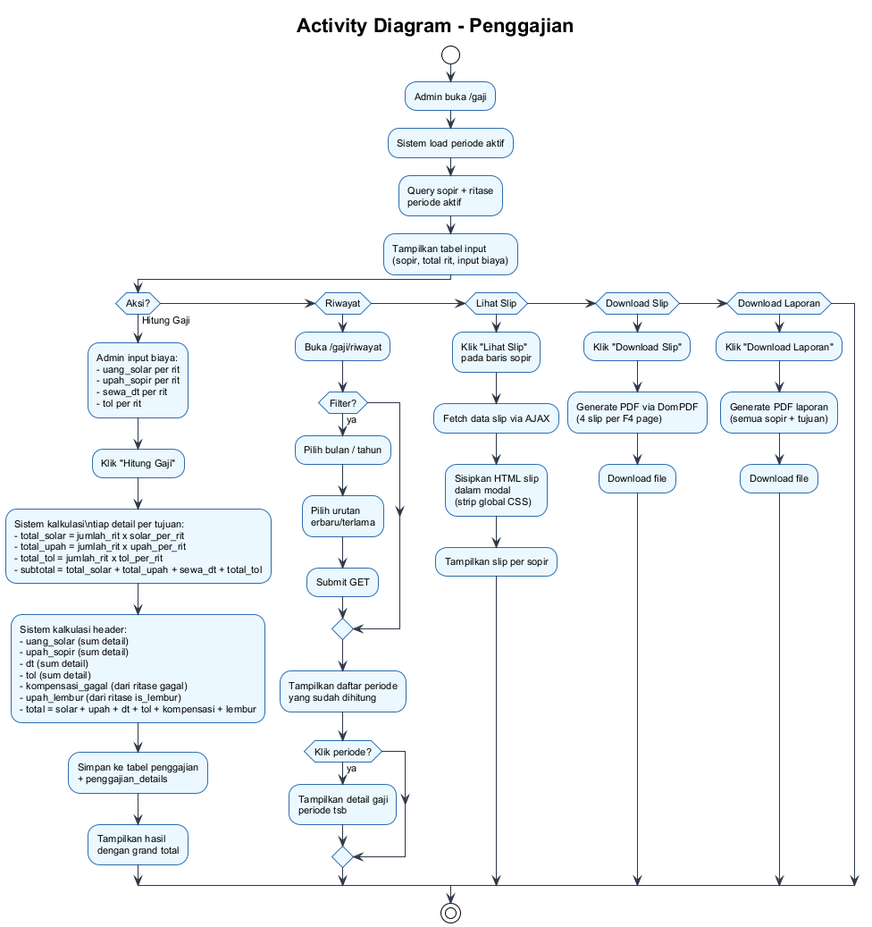
riandafatur28/sidigas-gaji-sopir-truck keeps this PlantUML diagram as docs/activity-diagram-penggajian.png. Above is the earlier version. The source it was exported from:
```plantuml
@startuml
!theme plain
skinparam backgroundColor #ffffff
skinparam defaultFontSize 11
skinparam defaultFontName Arial
skinparam activityBorderColor #2b6cb0
skinparam activityBackgroundColor #ebf8ff
skinparam arrowColor #2d3748

title **Activity Diagram - Penggajian**

start
:Admin buka /gaji;
:Sistem load periode aktif;
:Query sopir + ritase\nperiode aktif;
:Tampilkan tabel input\n(sopir, total rit, input biaya);

if (Aksi?) then (Hitung Gaji)
  :Admin input biaya:\n- uang_solar per rit\n- upah_sopir per rit\n- sewa_dt per rit\n- tol per rit;
  :Klik "Hitung Gaji";

  :Sistem kalkulasi\ntiap detail per tujuan:
  - total_solar = jumlah_rit x solar_per_rit
  - total_upah = jumlah_rit x upah_per_rit
  - total_tol = jumlah_rit x tol_per_rit
  - subtotal = total_solar + total_upah + sewa_dt + total_tol;

  :Sistem kalkulasi header:
  - uang_solar (sum detail)
  - upah_sopir (sum detail)
  - dt (sum detail)
  - tol (sum detail)
  - kompensasi_gagal (dari ritase gagal)
  - upah_lembur (dari ritase is_lembur)
  - total = solar + upah + dt + tol + kompensasi + lembur;

  :Simpan ke tabel penggajian\n+ penggajian_details;
  :Tampilkan hasil\ndengan grand total;

elseif (Riwayat) then
  :Buka /gaji/riwayat;
  if (Filter?) then (ya)
    :Pilih bulan / tahun;
    :Pilih urutan\nerbaru/terlama;
    :Submit GET;
  endif
  :Tampilkan daftar periode\nyang sudah dihitung;
  if (Klik periode?) then (ya)
    :Tampilkan detail gaji\nperiode tsb;
  endif

elseif (Lihat Slip) then
  :Klik "Lihat Slip"\npada baris sopir;
  :Fetch data slip via AJAX;
  :Sisipkan HTML slip\ndalam modal\n(strip global CSS);
  :Tampilkan slip per sopir;

elseif (Download Slip) then
  :Klik "Download Slip";
  :Generate PDF via DomPDF\n(4 slip per F4 page);
  :Download file;

elseif (Download Laporan) then
  :Klik "Download Laporan";
  :Generate PDF laporan\n(semua sopir + tujuan);
  :Download file;

endif
stop

@enduml
```
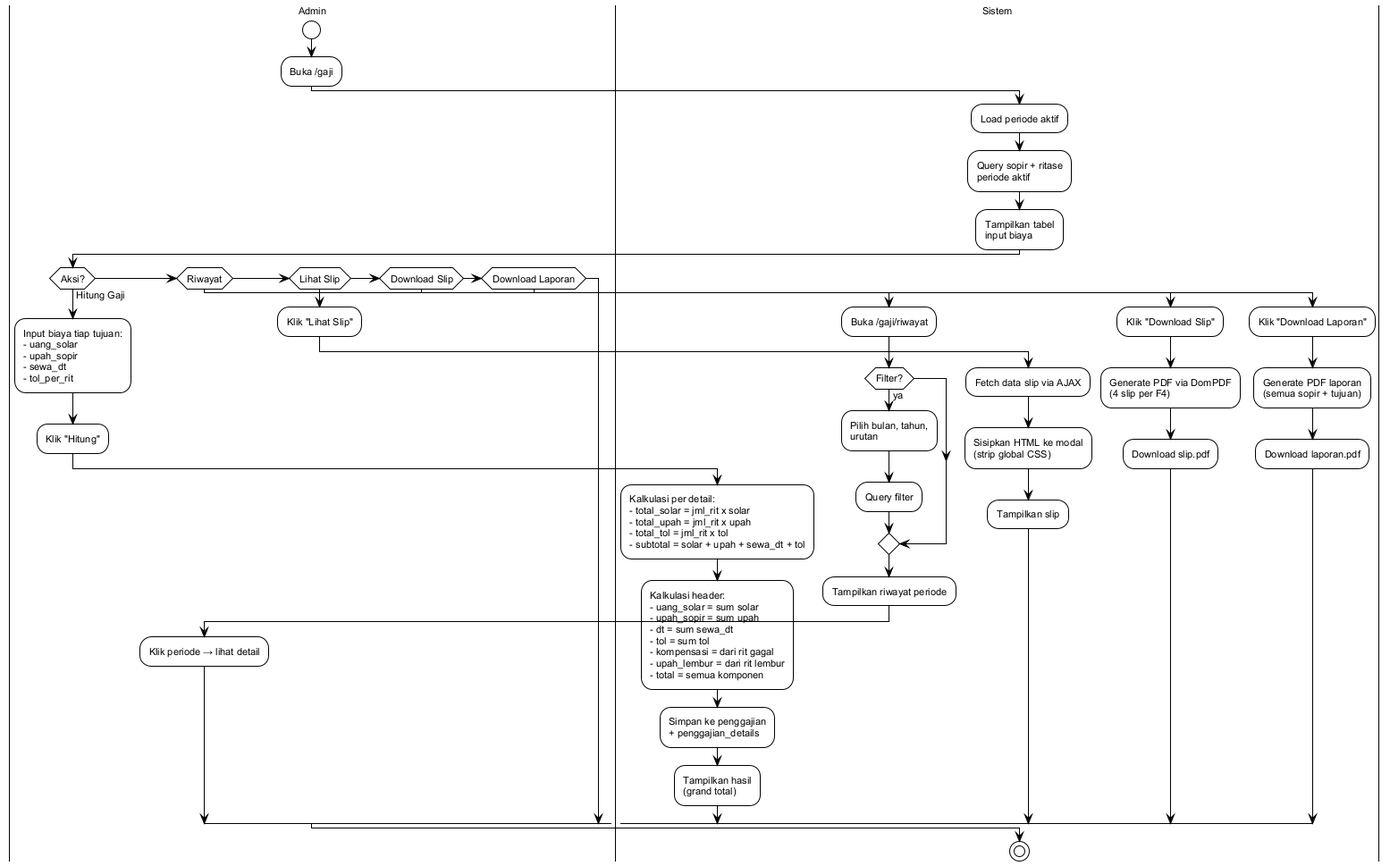
The same file after the commit.

The edit, as a diff of the source:
```diff
@@ -3,68 +3,71 @@
 skinparam backgroundColor #ffffff
 skinparam defaultFontSize 11
 skinparam defaultFontName Arial
-skinparam activityBorderColor #2b6cb0
-skinparam activityBackgroundColor #ebf8ff
-skinparam arrowColor #2d3748
 
-title **Activity Diagram - Penggajian**
+|Admin|
+start
+:Buka /gaji;
 
-start
-:Admin buka /gaji;
-:Sistem load periode aktif;
+|Sistem|
+:Load periode aktif;
 :Query sopir + ritase\nperiode aktif;
-:Tampilkan tabel input\n(sopir, total rit, input biaya);
+:Tampilkan tabel\ninput biaya;
 
+|Admin|
 if (Aksi?) then (Hitung Gaji)
-  :Admin input biaya:\n- uang_solar per rit\n- upah_sopir per rit\n- sewa_dt per rit\n- tol per rit;
-  :Klik "Hitung Gaji";
-
-  :Sistem kalkulasi\ntiap detail per tujuan:
-  - total_solar = jumlah_rit x solar_per_rit
-  - total_upah = jumlah_rit x upah_per_rit
-  - total_tol = jumlah_rit x tol_per_rit
-  - subtotal = total_solar + total_upah + sewa_dt + total_tol;
-
-  :Sistem kalkulasi header:
-  - uang_solar (sum detail)
-  - upah_sopir (sum detail)
-  - dt (sum detail)
-  - tol (sum detail)
-  - kompensasi_gagal (dari ritase gagal)
-  - upah_lembur (dari ritase is_lembur)
-  - total = solar + upah + dt + tol + kompensasi + lembur;
-
-  :Simpan ke tabel penggajian\n+ penggajian_details;
-  :Tampilkan hasil\ndengan grand total;
+  :Input biaya tiap tujuan:
+  - uang_solar
+  - upah_sopir
+  - sewa_dt
+  - tol_per_rit;
+  :Klik "Hitung";
+  |Sistem|
+  :Kalkulasi per detail:
+  - total_solar = jml_rit x solar
+  - total_upah = jml_rit x upah
+  - total_tol = jml_rit x tol
+  - subtotal = solar + upah + sewa_dt + tol;
+  :Kalkulasi header:
+  - uang_solar = sum solar
+  - upah_sopir = sum upah
+  - dt = sum sewa_dt
+  - tol = sum tol
+  - kompensasi = dari rit gagal
+  - upah_lembur = dari rit lembur
+  - total = semua komponen;
+  :Simpan ke penggajian\n+ penggajian_details;
+  :Tampilkan hasil\n(grand total);
 
 elseif (Riwayat) then
   :Buka /gaji/riwayat;
   if (Filter?) then (ya)
-    :Pilih bulan / tahun;
-    :Pilih urutan\nerbaru/terlama;
-    :Submit GET;
+    :Pilih bulan, tahun,\nurutan;
+    |Sistem|
+    :Query filter;
   endif
-  :Tampilkan daftar periode\nyang sudah dihitung;
-  if (Klik periode?) then (ya)
-    :Tampilkan detail gaji\nperiode tsb;
-  endif
+  |Sistem|
+  :Tampilkan riwayat periode;
+  |Admin|
+  :Klik periode → lihat detail;
 
 elseif (Lihat Slip) then
-  :Klik "Lihat Slip"\npada baris sopir;
+  :Klik "Lihat Slip";
+  |Sistem|
   :Fetch data slip via AJAX;
-  :Sisipkan HTML slip\ndalam modal\n(strip global CSS);
-  :Tampilkan slip per sopir;
+  :Sisipkan HTML ke modal\n(strip global CSS);
+  :Tampilkan slip;
 
 elseif (Download Slip) then
   :Klik "Download Slip";
-  :Generate PDF via DomPDF\n(4 slip per F4 page);
-  :Download file;
+  |Sistem|
+  :Generate PDF via DomPDF\n(4 slip per F4);
+  :Download slip.pdf;
 
 elseif (Download Laporan) then
   :Klik "Download Laporan";
+  |Sistem|
   :Generate PDF laporan\n(semua sopir + tujuan);
-  :Download file;
-
+  :Download laporan.pdf;
 endif
 stop
 
```
